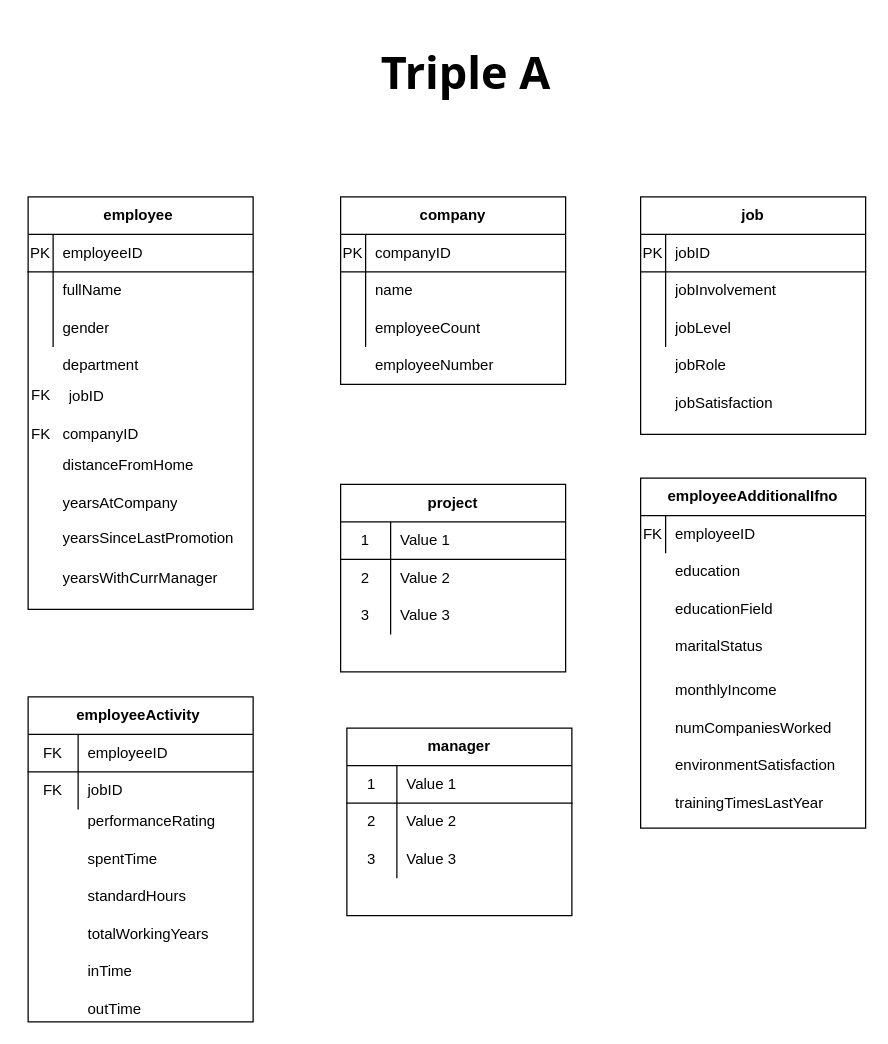
Before: data/ActivMonitoring.drawio in s3rikbaeva/Activ-monitoring, a draw.io diagram. Source tidied: cells renumbered, new cells numbered last; positions are measured from the earlier drawing's top-left corner, leaving out a move shared by most shapes. Both pictures are drawn from the tidied source at 125%, with x=0, y=0 at pixel (21, 21).
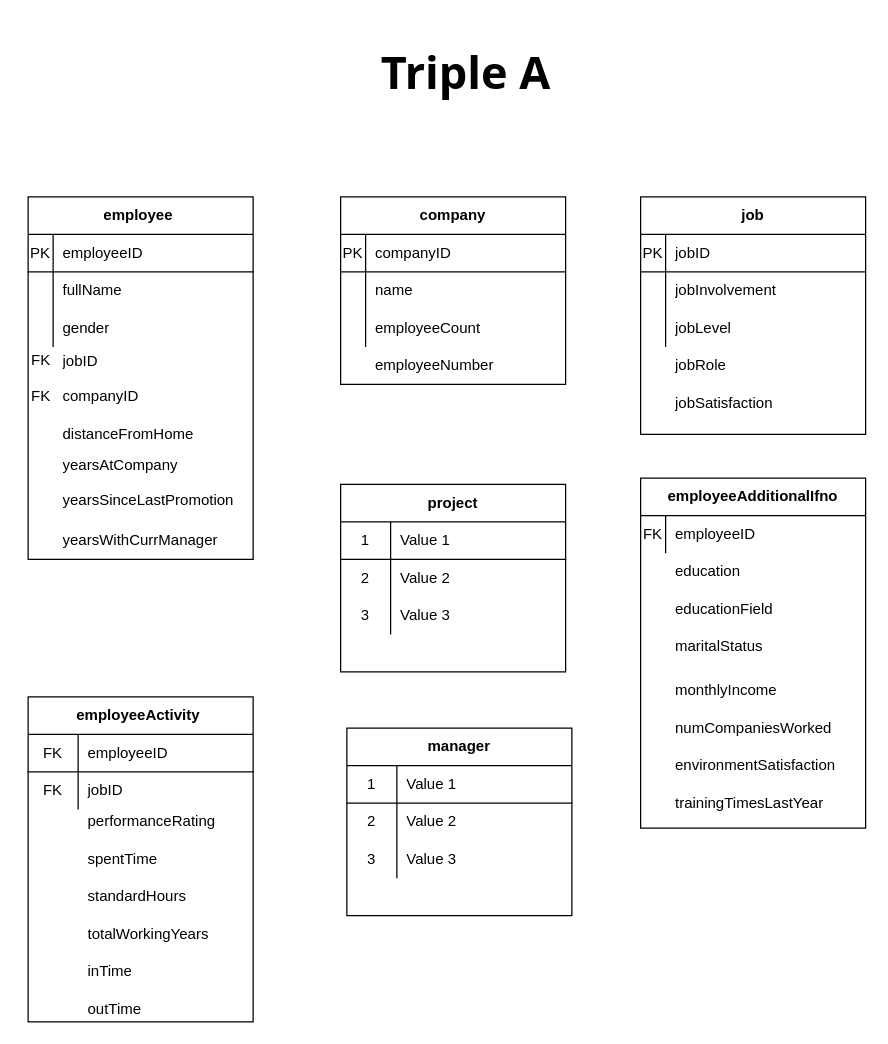
The same page after the edit.

Diff of the diagram source:
```diff
@@
     <mxCell id="2" value="employee&amp;nbsp;" style="shape=table;html=1;whiteSpace=wrap;startSize=30;childLayout=tableLayout;rowLines=0;fontStyle=1;align=center;" parent="1" vertex="1">
-      <mxGeometry x="5" y="140" width="180" height="330" as="geometry" />
+      <mxGeometry x="5" y="140" width="180" height="290" as="geometry" />
     </mxCell>
@@
     <mxCell id="39" value="distanceFromHome" style="shape=partialRectangle;html=1;whiteSpace=wrap;fillColor=none;top=0;left=0;bottom=0;right=0;align=left;spacingLeft=6;overflow=hidden;" parent="1" vertex="1">
-      <mxGeometry x="25" y="345" width="160" height="20" as="geometry" />
+      <mxGeometry x="25" y="320" width="160" height="20" as="geometry" />
     </mxCell>
@@
     <mxCell id="54" value="yearsAtCompany" style="shape=partialRectangle;html=1;whiteSpace=wrap;fillColor=none;top=0;left=0;bottom=0;right=0;align=left;spacingLeft=6;overflow=hidden;" parent="1" vertex="1">
-      <mxGeometry x="25" y="375" width="160" height="20" as="geometry" />
+      <mxGeometry x="25" y="345" width="160" height="20" as="geometry" />
     </mxCell>
     <mxCell id="55" value="yearsSinceLastPromotion" style="shape=partialRectangle;html=1;whiteSpace=wrap;fillColor=none;top=0;left=0;bottom=0;right=0;align=left;spacingLeft=6;overflow=hidden;" parent="1" vertex="1">
-      <mxGeometry x="25" y="400" width="160" height="25" as="geometry" />
+      <mxGeometry x="25" y="370" width="160" height="25" as="geometry" />
     </mxCell>
     <mxCell id="56" value="yearsWithCurrManager" style="shape=partialRectangle;html=1;whiteSpace=wrap;fillColor=none;top=0;left=0;bottom=0;right=0;align=left;spacingLeft=6;overflow=hidden;" parent="1" vertex="1">
-      <mxGeometry x="25" y="435" width="160" height="20" as="geometry" />
+      <mxGeometry x="25" y="405" width="160" height="20" as="geometry" />
     </mxCell>
     <mxCell id="57" value="jobID" style="shape=partialRectangle;html=1;whiteSpace=wrap;fillColor=none;top=0;left=0;bottom=0;right=0;align=left;spacingLeft=6;overflow=hidden;" parent="1" vertex="1">
-      <mxGeometry x="30" y="290" width="150" height="17.5" as="geometry" />
+      <mxGeometry x="25" y="262.5" width="160" height="17.5" as="geometry" />
     </mxCell>
@@
     <mxCell id="60" value="FK" style="text;html=1;align=center;verticalAlign=middle;" parent="1" vertex="1">
-      <mxGeometry y="288.8" width="30" height="20" as="geometry" />
+      <mxGeometry y="261.2" width="30" height="20" as="geometry" />
     </mxCell>
     <mxCell id="61" value="companyID" style="shape=partialRectangle;html=1;whiteSpace=wrap;fillColor=none;top=0;left=0;bottom=0;right=0;align=left;spacingLeft=6;overflow=hidden;" parent="1" vertex="1">
-      <mxGeometry x="25" y="320" width="160" height="20" as="geometry" />
+      <mxGeometry x="25" y="290" width="160" height="20" as="geometry" />
     </mxCell>
     <mxCell id="62" value="FK" style="text;html=1;align=center;verticalAlign=middle;" parent="1" vertex="1">
-      <mxGeometry y="320" width="30" height="20" as="geometry" />
+      <mxGeometry y="290" width="30" height="20" as="geometry" />
     </mxCell>
@@
-    <mxCell id="94" value="department" style="shape=partialRectangle;html=1;whiteSpace=wrap;fillColor=none;top=0;left=0;bottom=0;right=0;align=left;spacingLeft=6;overflow=hidden;" parent="1" vertex="1">
-      <mxGeometry x="25" y="265" width="160" height="20" as="geometry" />
-    </mxCell>
```
